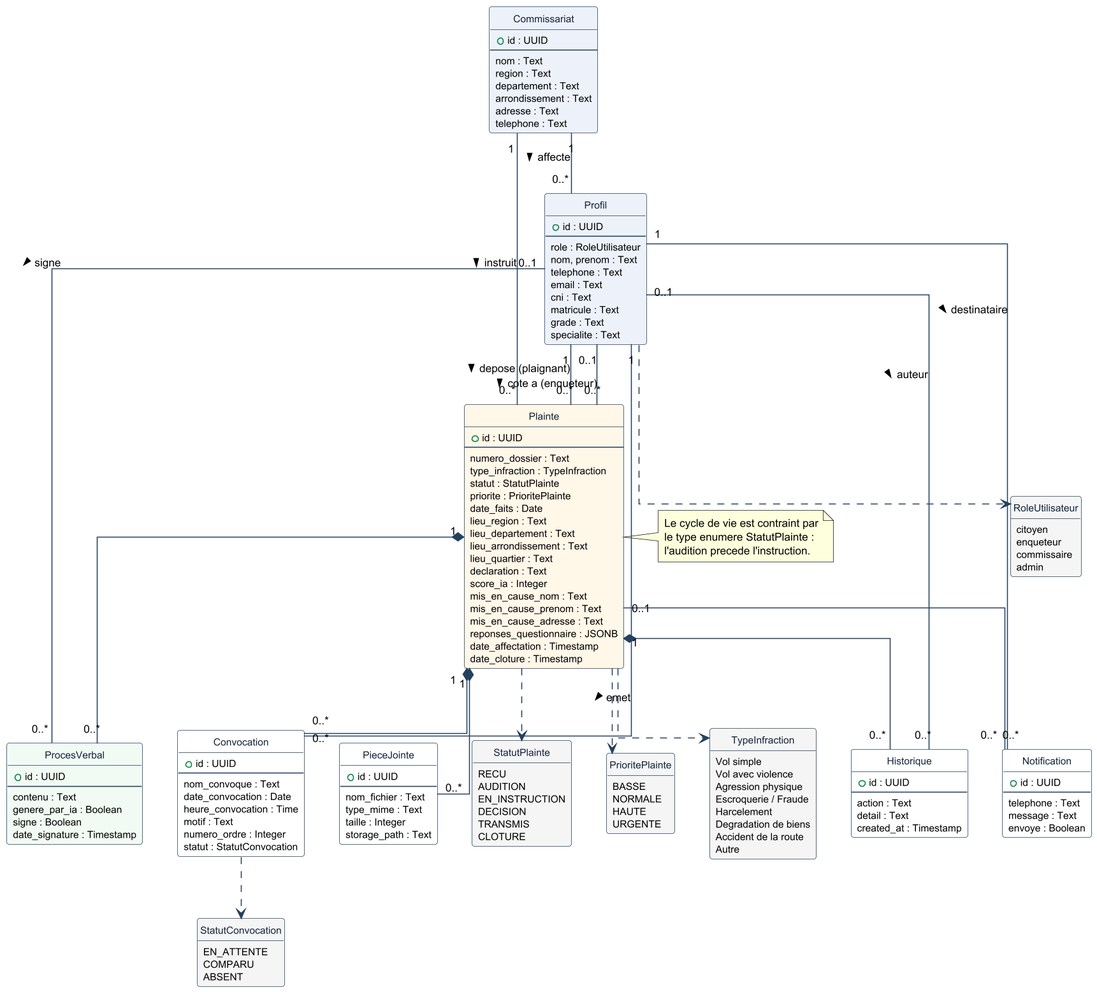
This is memoire/diagrammes/classe.png from NodemBorel/plainte-cam, a PlantUML export, as it was before one commit.
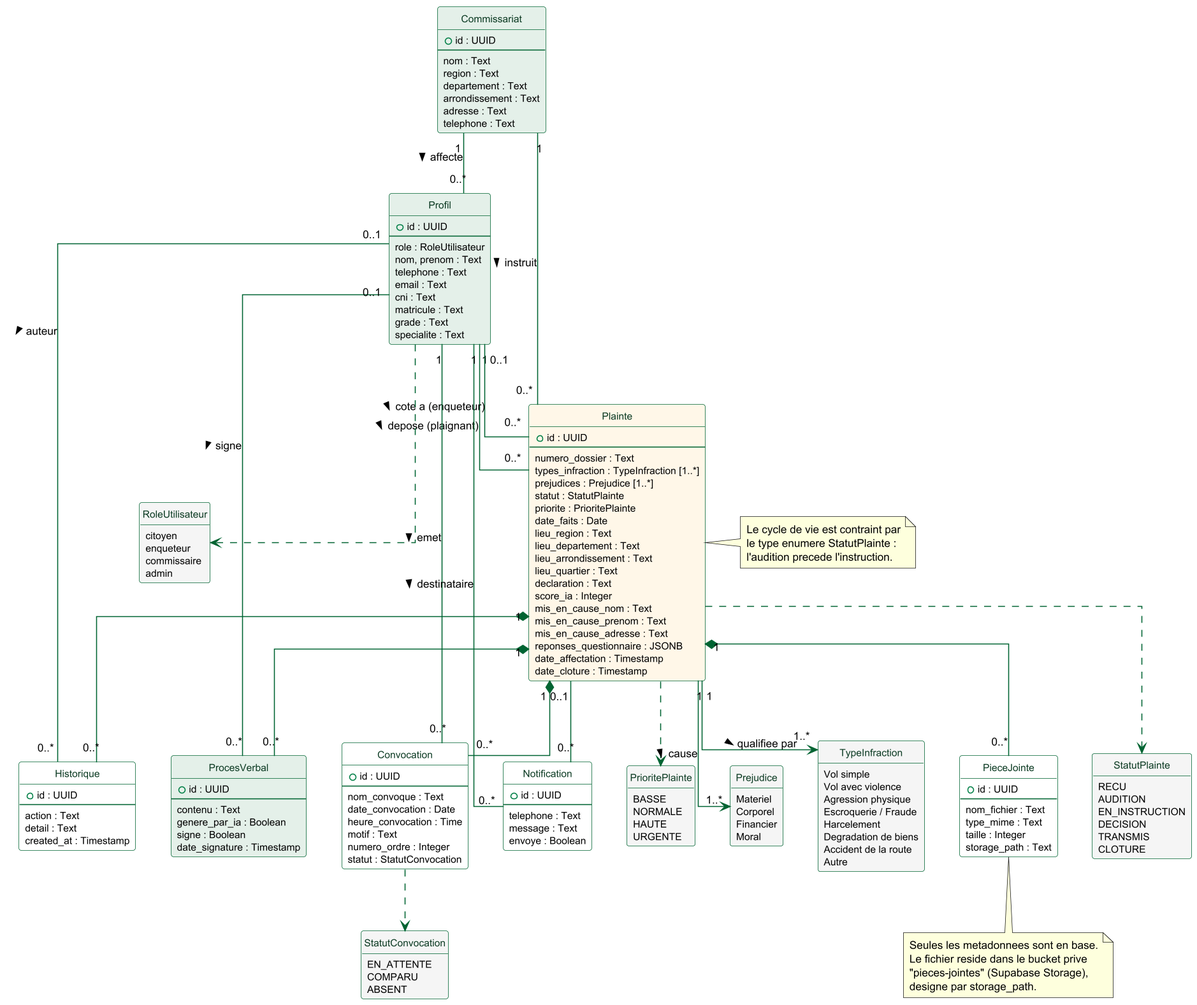
The same diagram one commit later.

The edit, as a diff of the source:
```diff
@@ -6,18 +6,18 @@
 skinparam defaultFontName Helvetica
 skinparam defaultFontSize 11
 skinparam linetype ortho
-skinparam ArrowColor #24405E
+skinparam ArrowColor #006432
 
 skinparam class {
-  BorderColor #24405E
+  BorderColor #006432
   BackgroundColor #FFFFFF
-  FontColor #14243A
+  FontColor #0B3A22
   AttributeFontSize 10
 }
 hide methods
 hide circle
 
-class Commissariat #EDF2FA {
+class Commissariat #E4F0E9 {
   + id : UUID
   --
   nom : Text
@@ -28,7 +28,7 @@
   telephone : Text
 }
 
-class Profil #EDF2FA {
+class Profil #E4F0E9 {
   + id : UUID
   --
   role : RoleUtilisateur
@@ -45,7 +45,8 @@
   + id : UUID
   --
   numero_dossier : Text
-  type_infraction : TypeInfraction
+  types_infraction : TypeInfraction [1..*]
+  prejudices : Prejudice [1..*]
   statut : StatutPlainte
   priorite : PrioritePlainte
   date_faits : Date
@@ -72,7 +73,14 @@
   storage_path : Text
 }
 
-class ProcesVerbal #F1FBF4 {
+note bottom of PieceJointe
+  Seules les metadonnees sont en base.
+  Le fichier reside dans le bucket prive
+  "pieces-jointes" (Supabase Storage),
+  designe par storage_path.
+end note
+
+class ProcesVerbal #E4F0E9 {
   + id : UUID
   --
   contenu : Text
@@ -131,6 +139,13 @@
   URGENTE
 }
 
+enum Prejudice #F5F5F5 {
+  Materiel
+  Corporel
+  Financier
+  Moral
+}
+
 enum TypeInfraction #F5F5F5 {
   Vol simple
   Vol avec violence
@@ -168,7 +183,8 @@
 Profil        ..> RoleUtilisateur
 Plainte       ..> StatutPlainte
 Plainte       ..> PrioritePlainte
-Plainte       ..> TypeInfraction
+Plainte "1" --> "1..*" TypeInfraction : qualifiee par >
+Plainte "1" --> "1..*" Prejudice      : cause >
 Convocation   ..> StatutConvocation
 
 note right of Plainte
```
